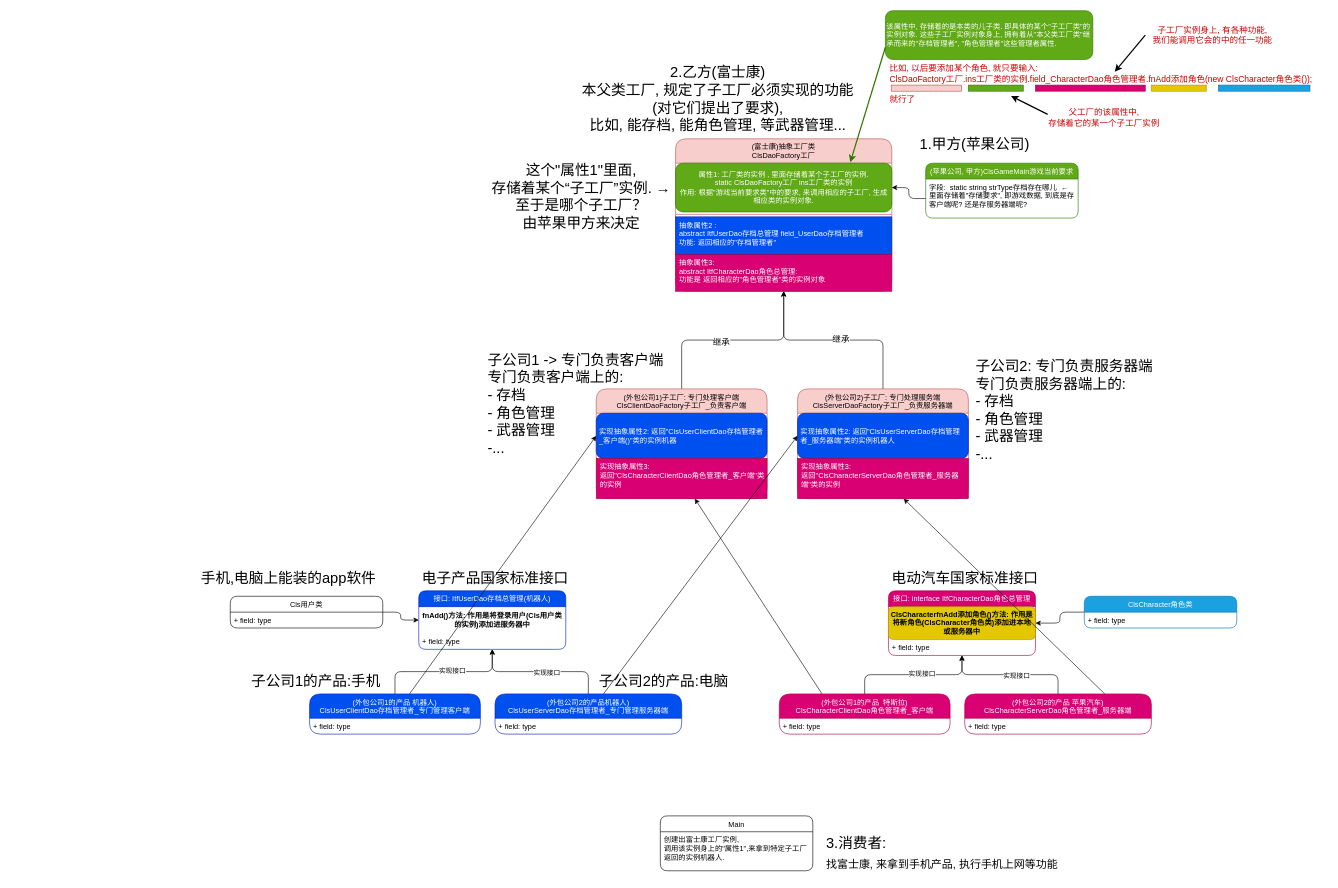
The draw.io diagram 50 C_Shapr/未命名绘图3.drawio in m-v-priest/11_programme_Learning, before the edit. Source tidied: cells renumbered, new cells numbered last; positions are measured from the earlier drawing's top-left corner, leaving out a move shared by most shapes. Both pictures are drawn from the tidied source at 61%, with x=0, y=0 at pixel (193, 10).
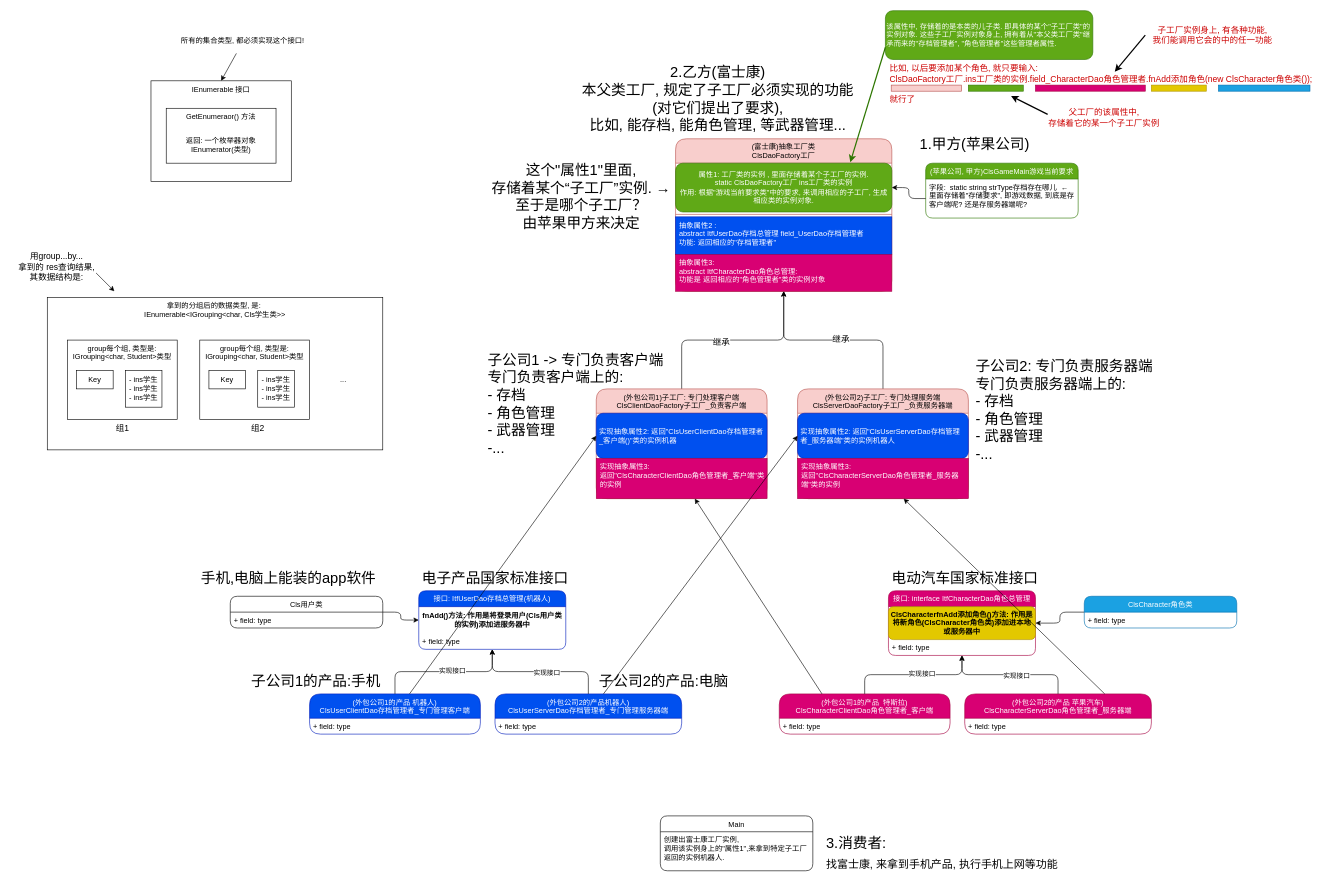
After the change.

Change to the diagram source:
```diff
@@
+    <mxCell id="78" value="IEnumerable 接口" style="rounded=0;whiteSpace=wrap;html=1;verticalAlign=top;fillColor=none;" parent="1" vertex="1">
+      <mxGeometry x="-70" y="115" width="230" height="165" as="geometry" />
+    </mxCell>
+    <mxCell id="79" value="GetEnumeraor() 方法" style="rounded=0;whiteSpace=wrap;html=1;verticalAlign=top;fillColor=none;" parent="1" vertex="1">
+      <mxGeometry x="-45" y="160" width="180" height="90" as="geometry" />
+    </mxCell>
+    <mxCell id="80" value="返回: 一个枚举器对象 &lt;br&gt;IEnumerator(类型)" style="text;html=1;strokeColor=none;fillColor=none;align=center;verticalAlign=middle;whiteSpace=wrap;rounded=0;" parent="1" vertex="1">
+      <mxGeometry x="-20" y="205" width="130" height="30" as="geometry" />
+    </mxCell>
+    <mxCell id="81" style="endArrow=classic;html=1;rounded=0;entryX=0.5;entryY=0;entryDx=0;entryDy=0;" parent="1" edge="1" target="78">
+      <mxGeometry relative="1" as="geometry">
+        <mxPoint x="70" y="70" as="sourcePoint" />
+      </mxGeometry>
+    </mxCell>
+    <mxCell id="82" value="所有的集合类型, 都必须实现这个接口!" style="text;html=1;align=center;verticalAlign=middle;strokeColor=none;fillColor=none;" parent="1" vertex="1">
+      <mxGeometry x="-30" y="35" width="220" height="30" as="geometry" />
+    </mxCell>
+    <mxCell id="83" value="拿到的分组后的数据类型, 是:&amp;nbsp;&lt;br&gt;IEnumerable&amp;lt;IGrouping&amp;lt;char, Cls学生类&amp;gt;&amp;gt;" style="rounded=0;whiteSpace=wrap;html=1;verticalAlign=top;fillColor=none;" parent="1" vertex="1">
+      <mxGeometry x="-240" y="470" width="550" height="250" as="geometry" />
+    </mxCell>
+    <mxCell id="84" style="group;" parent="1" vertex="1">
+      <mxGeometry x="-207" y="540" width="180" height="130" as="geometry" />
+    </mxCell>
+    <mxCell id="85" value="group每个组, 类型是:&lt;br&gt;IGrouping&amp;lt;char, Student&amp;gt;类型" style="rounded=0;whiteSpace=wrap;html=1;verticalAlign=top;fillColor=none;" parent="84" vertex="1">
+      <mxGeometry width="180" height="130" as="geometry" />
+    </mxCell>
+    <mxCell id="86" value="Key" style="rounded=0;whiteSpace=wrap;html=1;fillColor=none;" parent="84" vertex="1">
+      <mxGeometry x="15" y="50" width="60" height="30" as="geometry" />
+    </mxCell>
+    <mxCell id="87" value="- ins学生&lt;br&gt;- ins学生&lt;br&gt;- ins学生" style="rounded=0;whiteSpace=wrap;html=1;fillColor=none;" parent="84" vertex="1">
+      <mxGeometry x="95" y="50" width="60" height="60" as="geometry" />
+    </mxCell>
+    <mxCell id="88" style="group;" parent="1" vertex="1">
+      <mxGeometry x="10" y="540" width="180" height="130" as="geometry" />
+    </mxCell>
+    <mxCell id="89" value="group每个组, 类型是:&lt;br&gt;IGrouping&amp;lt;char, Student&amp;gt;类型" style="rounded=0;whiteSpace=wrap;html=1;verticalAlign=top;fillColor=none;" parent="88" vertex="1">
+      <mxGeometry width="180" height="130" as="geometry" />
+    </mxCell>
+    <mxCell id="90" value="Key" style="rounded=0;whiteSpace=wrap;html=1;fillColor=none;" parent="88" vertex="1">
+      <mxGeometry x="15" y="50" width="60" height="30" as="geometry" />
+    </mxCell>
+    <mxCell id="91" value="- ins学生&lt;br&gt;- ins学生&lt;br&gt;- ins学生" style="rounded=0;whiteSpace=wrap;html=1;fillColor=none;" parent="88" vertex="1">
+      <mxGeometry x="95" y="50" width="60" height="60" as="geometry" />
+    </mxCell>
+    <mxCell id="92" value="..." style="text;html=1;align=center;verticalAlign=middle;strokeColor=none;fillColor=none;" parent="1" vertex="1">
+      <mxGeometry x="230" y="590" width="30" height="30" as="geometry" />
+    </mxCell>
+    <mxCell id="93" value="用group...by...&lt;br style=&quot;font-size: 14px;&quot;&gt;拿到的 res查询结果,&lt;br style=&quot;font-size: 14px;&quot;&gt;其数据结构是:" style="text;html=1;align=center;verticalAlign=middle;strokeColor=none;fillColor=none;spacing=2;spacingBottom=0;fontSize=14;" parent="1" vertex="1">
+      <mxGeometry x="-300" y="390" width="150" height="60" as="geometry" />
+    </mxCell>
+    <mxCell id="94" style="endArrow=classic;html=1;rounded=0;" parent="1" edge="1">
+      <mxGeometry relative="1" as="geometry">
+        <mxPoint x="-160" y="430" as="sourcePoint" />
+        <mxPoint x="-130" y="460" as="targetPoint" />
+      </mxGeometry>
+    </mxCell>
+    <mxCell id="95" value="组1" style="text;html=1;align=center;verticalAlign=middle;strokeColor=none;fillColor=none;spacing=2;spacingBottom=0;fontSize=14;" parent="1" vertex="1">
+      <mxGeometry x="-142" y="670" width="50" height="30" as="geometry" />
+    </mxCell>
+    <mxCell id="96" value="组2" style="text;html=1;align=center;verticalAlign=middle;strokeColor=none;fillColor=none;spacing=2;spacingBottom=0;fontSize=14;" parent="1" vertex="1">
+      <mxGeometry x="80" y="670" width="50" height="30" as="geometry" />
+    </mxCell>
```
